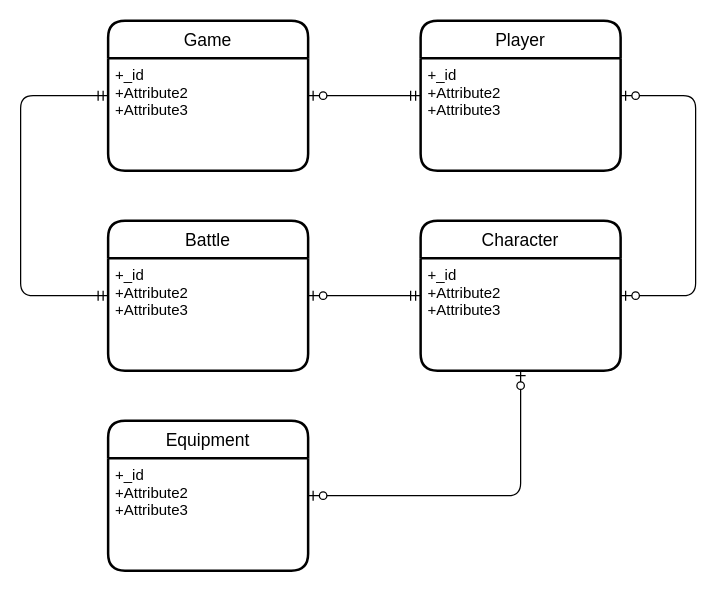
Above: page "ERD" (1 of 2) of TBRPG Diagrams.drawio in thbighead/turn-based-rpg (draw.io), before the change. Source tidied: cells renumbered, new cells numbered last; positions are measured from the earlier drawing's top-left corner, leaving out a move shared by most shapes. Both pictures are drawn from the tidied source at 125%, with x=0, y=0 at pixel (20, 20).
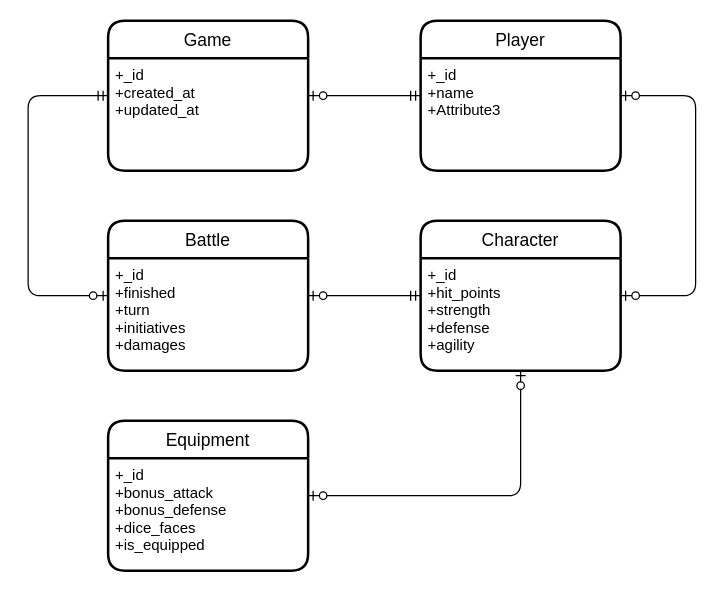
The same page after the edit.

Commit message:
Update Diagrams: defining fields

Unchanged cells that the change refers to:
```xml
<mxCell id="7" value="Game" style="swimlane;horizontal=1;startSize=30;rounded=1;fontSize=14;fontStyle=0;strokeWidth=2;shadow=0;dashed=0;align=center;" parent="1" vertex="1">
  <mxGeometry x="70" width="160" height="120" as="geometry" />
</mxCell>
<mxCell id="9" value="Player" style="swimlane;horizontal=1;startSize=30;rounded=1;fontSize=14;fontStyle=0;strokeWidth=2;shadow=0;dashed=0;align=center;" parent="1" vertex="1">
  <mxGeometry x="320" width="160" height="120" as="geometry" />
</mxCell>
<mxCell id="11" value="Character" style="swimlane;horizontal=1;startSize=30;rounded=1;fontSize=14;fontStyle=0;strokeWidth=2;shadow=0;dashed=0;align=center;" parent="1" vertex="1">
  <mxGeometry x="320" y="160" width="160" height="120" as="geometry" />
</mxCell>
<mxCell id="13" value="Battle" style="swimlane;horizontal=1;startSize=30;rounded=1;fontSize=14;fontStyle=0;strokeWidth=2;shadow=0;dashed=0;align=center;" parent="1" vertex="1">
  <mxGeometry x="70" y="160" width="160" height="120" as="geometry" />
</mxCell>
<mxCell id="15" value="Equipment" style="swimlane;horizontal=1;startSize=30;rounded=1;fontSize=14;fontStyle=0;strokeWidth=2;shadow=0;dashed=0;align=center;" parent="1" vertex="1">
  <mxGeometry x="70" y="320" width="160" height="120" as="geometry" />
</mxCell>
```

Diff of the diagram source:
```diff
@@
-    <mxCell id="3" style="edgeStyle=orthogonalEdgeStyle;fontSize=12;html=1;endArrow=ERmandOne;startArrow=ERmandOne;" parent="1" edge="1" source="13" target="7">
+    <mxCell id="3" style="edgeStyle=orthogonalEdgeStyle;fontSize=12;html=1;endArrow=ERzeroToOne;startArrow=ERmandOne;endFill=1;" parent="1" edge="1" source="7" target="13">
       <mxGeometry relative="1" as="geometry">
         <Array as="points">
-          <mxPoint y="220" />
-          <mxPoint y="60" />
+          <mxPoint x="6" y="60" />
+          <mxPoint x="6" y="220" />
         </Array>
       </mxGeometry>
     </mxCell>
@@
-    <mxCell id="8" value="+_id&#10;+Attribute2&#10;+Attribute3" style="align=left;strokeColor=none;fillColor=none;spacingLeft=4;fontSize=12;verticalAlign=top;" parent="7" vertex="1">
+    <mxCell id="8" value="+_id&#10;+created_at&#10;+updated_at" style="align=left;strokeColor=none;fillColor=none;spacingLeft=4;fontSize=12;verticalAlign=top;" parent="7" vertex="1">
       <mxGeometry y="30" width="160" height="90" as="geometry" />
     </mxCell>
@@
-    <mxCell id="10" value="+_id&#10;+Attribute2&#10;+Attribute3" style="align=left;strokeColor=none;fillColor=none;spacingLeft=4;fontSize=12;verticalAlign=top;" parent="9" vertex="1">
+    <mxCell id="10" value="+_id&#10;+name&#10;+Attribute3" style="align=left;strokeColor=none;fillColor=none;spacingLeft=4;fontSize=12;verticalAlign=top;" parent="9" vertex="1">
       <mxGeometry y="30" width="160" height="90" as="geometry" />
     </mxCell>
@@
-    <mxCell id="12" value="+_id&#10;+Attribute2&#10;+Attribute3" style="align=left;strokeColor=none;fillColor=none;spacingLeft=4;fontSize=12;verticalAlign=top;" parent="11" vertex="1">
+    <mxCell id="12" value="+_id&#10;+hit_points&#10;+strength&#10;+defense&#10;+agility" style="align=left;strokeColor=none;fillColor=none;spacingLeft=4;fontSize=12;verticalAlign=top;" parent="11" vertex="1">
       <mxGeometry y="30" width="160" height="90" as="geometry" />
     </mxCell>
@@
-    <mxCell id="14" value="+_id&#10;+Attribute2&#10;+Attribute3" style="align=left;strokeColor=none;fillColor=none;spacingLeft=4;fontSize=12;verticalAlign=top;" parent="13" vertex="1">
+    <mxCell id="14" value="+_id&#10;+finished&#10;+turn&#10;+initiatives&#10;+damages" style="align=left;strokeColor=none;fillColor=none;spacingLeft=4;fontSize=12;verticalAlign=top;" parent="13" vertex="1">
       <mxGeometry y="30" width="160" height="90" as="geometry" />
     </mxCell>
@@
-    <mxCell id="16" value="+_id&#10;+Attribute2&#10;+Attribute3" style="align=left;strokeColor=none;fillColor=none;spacingLeft=4;fontSize=12;verticalAlign=top;" parent="15" vertex="1">
+    <mxCell id="16" value="+_id&#10;+bonus_attack&#10;+bonus_defense&#10;+dice_faces&#10;+is_equipped" style="align=left;strokeColor=none;fillColor=none;spacingLeft=4;fontSize=12;verticalAlign=top;" parent="15" vertex="1">
       <mxGeometry y="30" width="160" height="90" as="geometry" />
     </mxCell>
```
